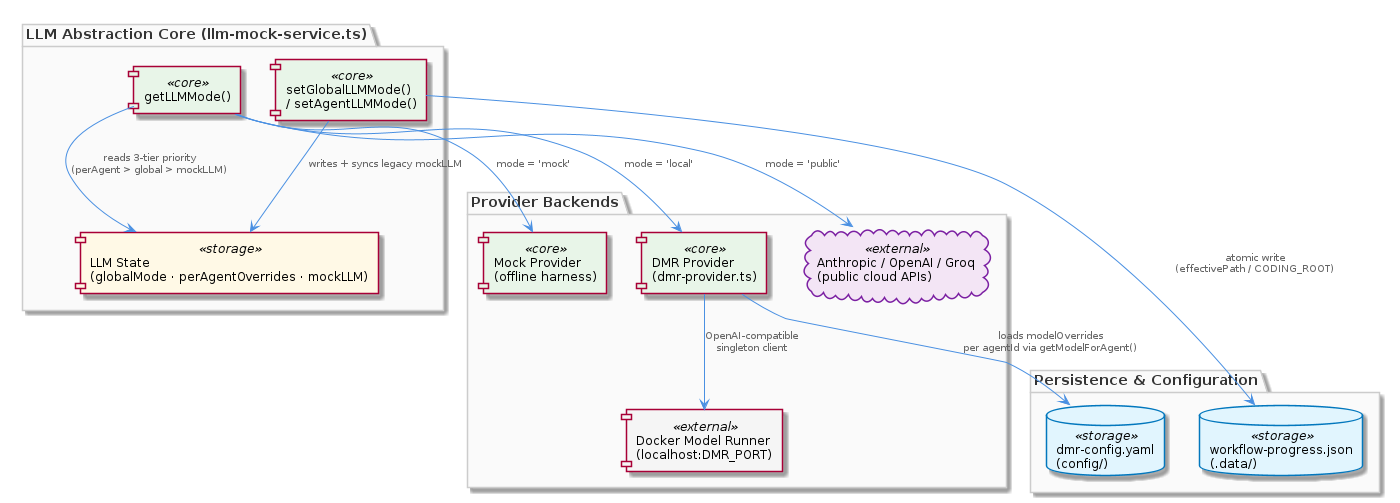
Before: knowledge-management/insights/images/llmabstraction-architecture.png, a diagram exported from PlantUML (fwornle/coding). Its source is kept beside it as .data/knowledge-graph/insights/puml/llmabstraction-architecture.puml. Its diagram source:
```plantuml
@startuml
!include /coding/docs/puml/_standard-style.puml

package "LLM Abstraction Core (llm-mock-service.ts)" as core {
  component "getLLMMode()" as getMode <<core>>
  component "setGlobalLLMMode()\n/ setAgentLLMMode()" as setters <<core>>
  component "LLM State\n(globalMode · perAgentOverrides · mockLLM)" as llmState <<storage>>
}

package "Provider Backends" as backends {
  component "Mock Provider\n(offline harness)" as mockProv <<core>>
  component "DMR Provider\n(dmr-provider.ts)" as dmrProv <<core>>
  component "Docker Model Runner\n(localhost:DMR_PORT)" as dmr <<external>>
  cloud "Anthropic / OpenAI / Groq\n(public cloud APIs)" as cloudAPIs <<external>>
}

package "Persistence & Configuration" as persistence {
  database "workflow-progress.json\n(.data/)" as stateFile <<storage>>
  database "dmr-config.yaml\n(config/)" as dmrConfig <<storage>>
}

getMode --> llmState : "reads 3-tier priority\n(perAgent > global > mockLLM)"
setters --> llmState : "writes + syncs legacy mockLLM"
setters --> stateFile : "atomic write\n(effectivePath / CODING_ROOT)"

getMode --> mockProv : "mode = 'mock'"
getMode --> dmrProv : "mode = 'local'"
getMode --> cloudAPIs : "mode = 'public'"

dmrProv --> dmrConfig : "loads modelOverrides\nper agentId via getModelForAgent()"
dmrProv --> dmr : "OpenAI-compatible\nsingleton client"

@enduml
```
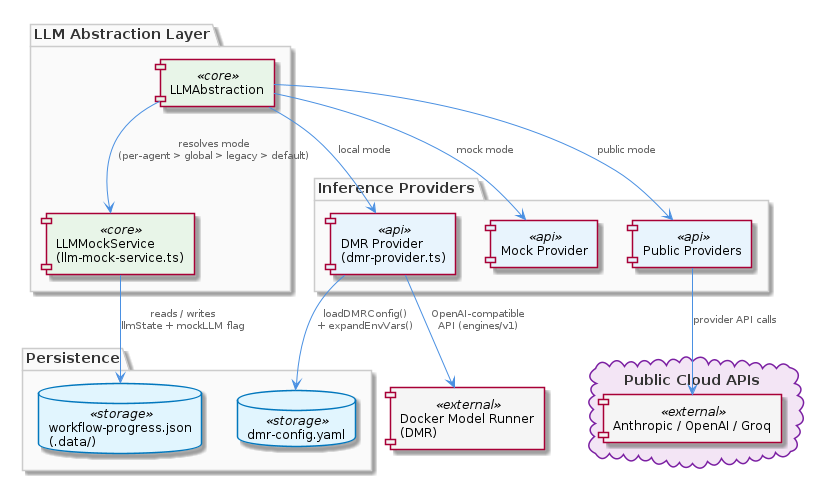
Above is the later version.

Diff of the diagram source:
```diff
@@ -1,33 +1,36 @@
 @startuml
 !include /coding/docs/puml/_standard-style.puml
 
-package "LLM Abstraction Core (llm-mock-service.ts)" as core {
-  component "getLLMMode()" as getMode <<core>>
-  component "setGlobalLLMMode()\n/ setAgentLLMMode()" as setters <<core>>
-  component "LLM State\n(globalMode · perAgentOverrides · mockLLM)" as llmState <<storage>>
+package "LLM Abstraction Layer" {
+  component "LLMAbstraction" as llmabs <<core>>
+  component "LLMMockService\n(llm-mock-service.ts)" as mockSvc <<core>>
 }
 
-package "Provider Backends" as backends {
-  component "Mock Provider\n(offline harness)" as mockProv <<core>>
-  component "DMR Provider\n(dmr-provider.ts)" as dmrProv <<core>>
-  component "Docker Model Runner\n(localhost:DMR_PORT)" as dmr <<external>>
-  cloud "Anthropic / OpenAI / Groq\n(public cloud APIs)" as cloudAPIs <<external>>
+package "Inference Providers" {
+  component "DMR Provider\n(dmr-provider.ts)" as dmrProv <<api>>
+  component "Mock Provider" as mockProv <<api>>
+  component "Public Providers" as pubProv <<api>>
 }
 
-package "Persistence & Configuration" as persistence {
-  database "workflow-progress.json\n(.data/)" as stateFile <<storage>>
-  database "dmr-config.yaml\n(config/)" as dmrConfig <<storage>>
+package "Persistence" {
+  database "workflow-progress.json\n(.data/)" as wpJson <<storage>>
+  database "dmr-config.yaml" as dmrCfg <<storage>>
 }
 
-getMode --> llmState : "reads 3-tier priority\n(perAgent > global > mockLLM)"
-setters --> llmState : "writes + syncs legacy mockLLM"
-setters --> stateFile : "atomic write\n(effectivePath / CODING_ROOT)"
+cloud "Public Cloud APIs" as cloudGroup {
+  component "Anthropic / OpenAI / Groq" as cloudApis <<external>>
+}
 
-getMode --> mockProv : "mode = 'mock'"
-getMode --> dmrProv : "mode = 'local'"
-getMode --> cloudAPIs : "mode = 'public'"
+component "Docker Model Runner\n(DMR)" as dmr <<external>>
 
-dmrProv --> dmrConfig : "loads modelOverrides\nper agentId via getModelForAgent()"
-dmrProv --> dmr : "OpenAI-compatible\nsingleton client"
+llmabs --> mockSvc : "resolves mode\n(per-agent > global > legacy > default)"
+llmabs --> dmrProv : "local mode"
+llmabs --> mockProv : "mock mode"
+llmabs --> pubProv : "public mode"
+
+mockSvc --> wpJson : "reads / writes\nllmState + mockLLM flag"
+dmrProv --> dmrCfg : "loadDMRConfig()\n+ expandEnvVars()"
+dmrProv --> dmr : "OpenAI-compatible\nAPI (engines/v1)"
+pubProv --> cloudApis : "provider API calls"
 
 @enduml
```
